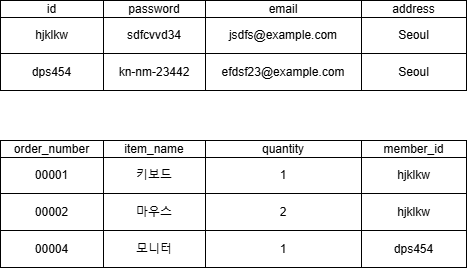
Before: 상품 및 주문 DB.png, a diagram exported from draw.io (bdt6246/be12-newtest). Source tidied: cells renumbered, new cells last; positions are measured from the earlier drawing's top-left corner, leaving out a move shared by most shapes.
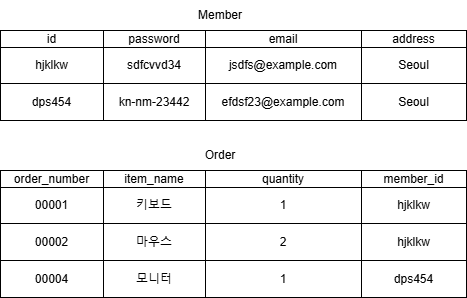
The same file after the commit.

Commit message:
[docs] fix order and member table picture

What changed in the source:
```diff
@@ -113,5 +113,11 @@
     <mxCell id="38" value="Seoul" style="strokeColor=inherit;fillColor=none;align=center;whiteSpace=wrap;html=1;" parent="34" vertex="1">
       <mxGeometry x="361" width="105" height="37" as="geometry" />
     </mxCell>
+    <mxCell id="39" value="Member" style="text;html=1;align=center;verticalAlign=middle;whiteSpace=wrap;rounded=0;" parent="1" vertex="1">
+      <mxGeometry x="190" y="-30" width="60" height="30" as="geometry" />
+    </mxCell>
+    <mxCell id="40" value="Order" style="text;html=1;align=center;verticalAlign=middle;whiteSpace=wrap;rounded=0;" parent="1" vertex="1">
+      <mxGeometry x="190" y="110" width="60" height="30" as="geometry" />
+    </mxCell>
   </root>
 </mxGraphModel>
```
